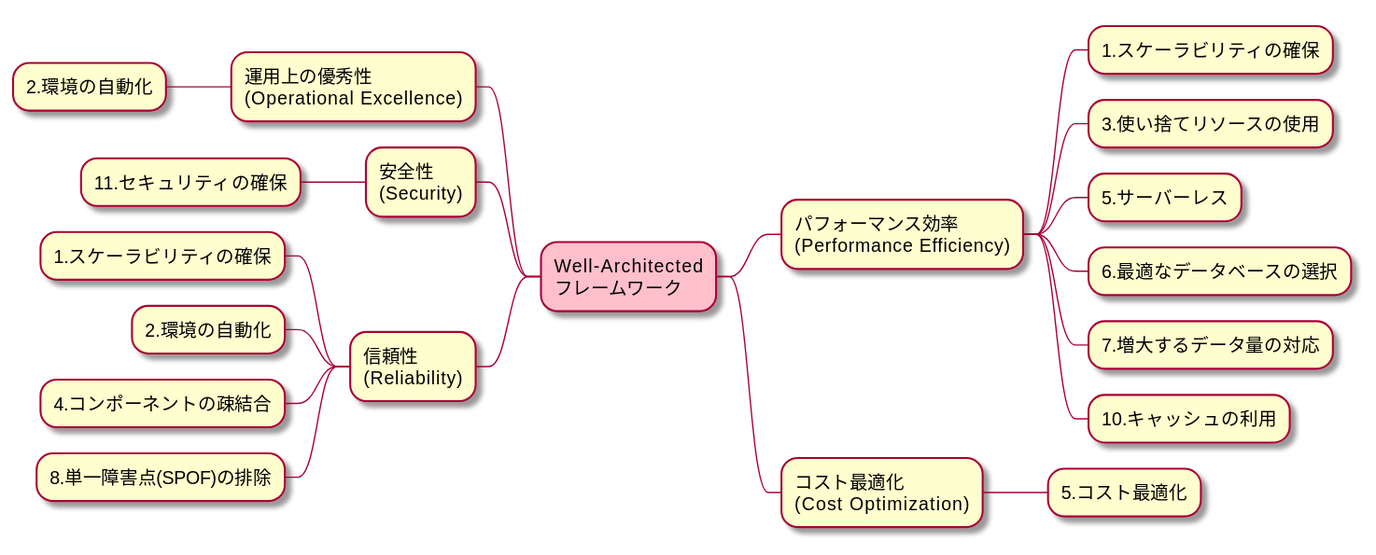
This is cloud-practitioner/assets/well-architected-framework.svg from uents/aws-training, a PlantUML export, as it was before one commit. Its diagram source:
```plantuml
@startmindmap
-[#Pink] Well-Architected\nフレームワーク
-- 運用上の優秀性\n(Operational Excellence)
--- 2.環境の自動化

-- 安全性\n(Security)
--- 11.セキュリティの確保

-- 信頼性\n(Reliability)
--- 1.スケーラビリティの確保
--- 2.環境の自動化
--- 4.コンポーネントの疎結合
--- 8.単一障害点(SPOF)の排除

++ パフォーマンス効率\n(Performance Efficiency)
+++ 1.スケーラビリティの確保
+++ 3.使い捨てリソースの使用
+++ 5.サーバーレス
+++ 6.最適なデータベースの選択
+++ 7.増大するデータ量の対応
+++ 10.キャッシュの利用

++ コスト最適化\n(Cost Optimization)
+++ 5.コスト最適化

@endmindmap
```
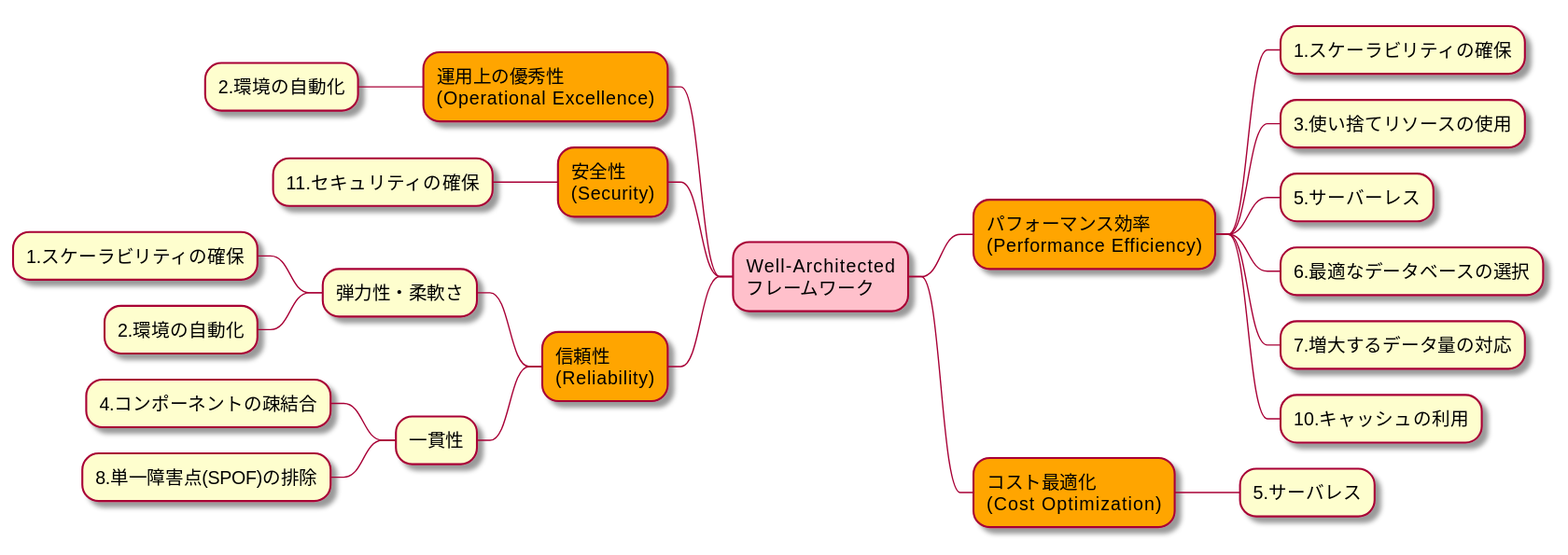
Later version of the same file.

Change to the diagram source:
```diff
@@ -1,18 +1,20 @@
 @startmindmap
 -[#Pink] Well-Architected\nフレームワーク
--- 運用上の優秀性\n(Operational Excellence)
+--[#Orange] 運用上の優秀性\n(Operational Excellence)
 --- 2.環境の自動化
 
--- 安全性\n(Security)
+--[#Orange] 安全性\n(Security)
 --- 11.セキュリティの確保
 
--- 信頼性\n(Reliability)
---- 1.スケーラビリティの確保
---- 2.環境の自動化
---- 4.コンポーネントの疎結合
---- 8.単一障害点(SPOF)の排除
+--[#Orange] 信頼性\n(Reliability)
+--- 弾力性・柔軟さ
+---- 1.スケーラビリティの確保
+---- 2.環境の自動化
+--- 一貫性
+---- 4.コンポーネントの疎結合
+---- 8.単一障害点(SPOF)の排除
 
-++ パフォーマンス効率\n(Performance Efficiency)
+++[#Orange] パフォーマンス効率\n(Performance Efficiency)
 +++ 1.スケーラビリティの確保
 +++ 3.使い捨てリソースの使用
 +++ 5.サーバーレス
@@ -20,7 +22,7 @@
 +++ 7.増大するデータ量の対応
 +++ 10.キャッシュの利用
 
-++ コスト最適化\n(Cost Optimization)
-+++ 5.コスト最適化
+++[#Orange] コスト最適化\n(Cost Optimization)
++++ 5.サーバレス
 
 @endmindmap
```
